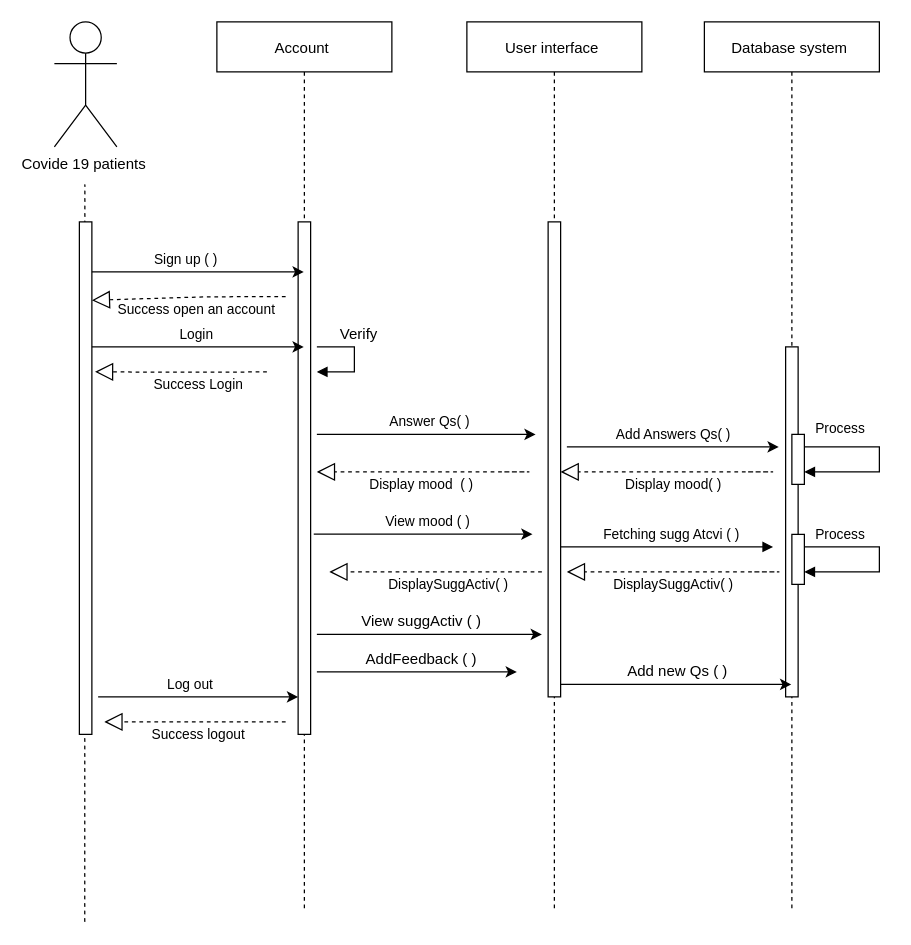
Alaa-salm/lolo keeps this draw.io diagram as SeqDia_GP.drawio. Above is the earlier version. Source tidied: cells renumbered, new cells numbered last; positions are measured from the earlier drawing's top-left corner, leaving out a move shared by most shapes. Both pictures are drawn from the tidied source at 125%, with x=0, y=0 at pixel (54, 21).
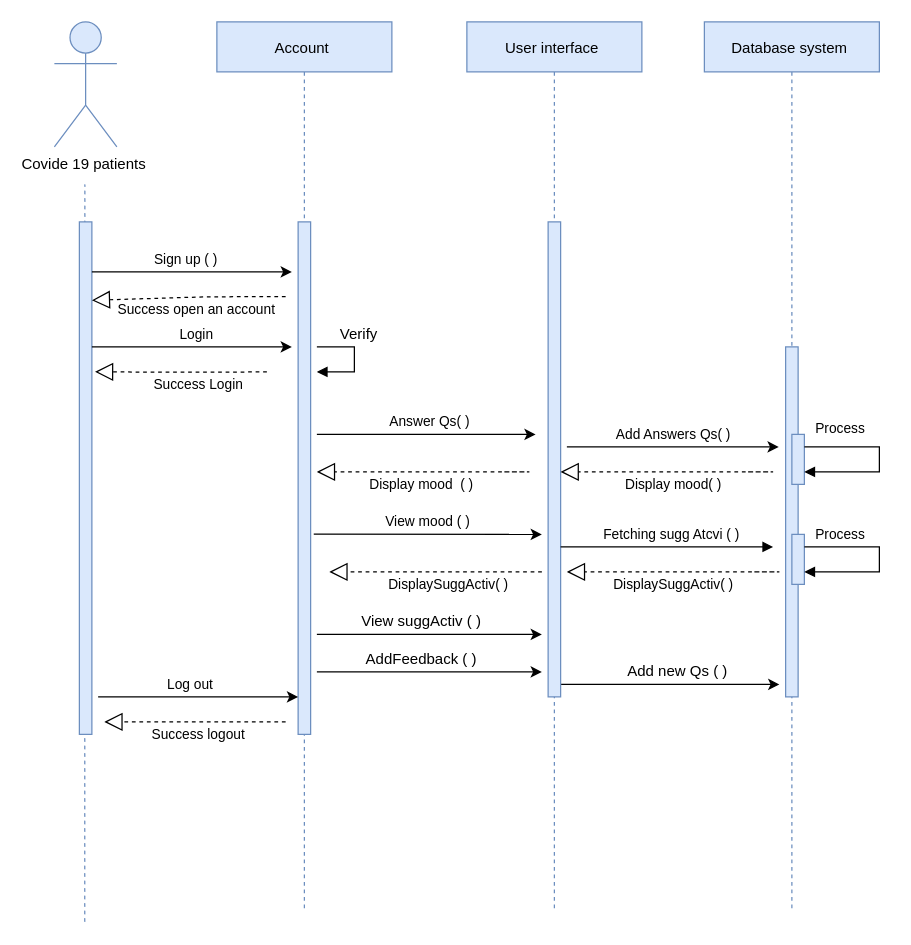
Above is the later version.

Change to the diagram source:
```diff
@@
-    <mxCell id="2" value="Database system " style="shape=umlLifeline;perimeter=lifelinePerimeter;rounded=0;shadow=0;strokeWidth=1;" parent="1" vertex="1">
+    <mxCell id="2" value="Database system " style="shape=umlLifeline;perimeter=lifelinePerimeter;rounded=0;shadow=0;strokeWidth=1;fillColor=#dae8fc;strokeColor=#6c8ebf;" parent="1" vertex="1">
       <mxGeometry x="520" width="140" height="710" as="geometry" />
     </mxCell>
-    <mxCell id="3" style="perimeter=orthogonalPerimeter;rounded=0;shadow=0;strokeWidth=1;" parent="2" vertex="1">
+    <mxCell id="3" style="perimeter=orthogonalPerimeter;rounded=0;shadow=0;strokeWidth=1;fillColor=#dae8fc;strokeColor=#6c8ebf;" parent="2" vertex="1">
       <mxGeometry x="65" y="260" width="10" height="280" as="geometry" />
     </mxCell>
-    <mxCell id="4" style="html=1;perimeter=orthogonalPerimeter;labelBorderColor=none;" parent="2" vertex="1">
+    <mxCell id="4" style="html=1;perimeter=orthogonalPerimeter;labelBorderColor=none;fillColor=#dae8fc;strokeColor=#6c8ebf;" parent="2" vertex="1">
       <mxGeometry x="70" y="330" width="10" height="40" as="geometry" />
     </mxCell>
-    <mxCell id="5" style="html=1;perimeter=orthogonalPerimeter;labelBorderColor=none;" parent="2" vertex="1">
+    <mxCell id="5" style="html=1;perimeter=orthogonalPerimeter;labelBorderColor=none;fillColor=#dae8fc;strokeColor=#6c8ebf;" parent="2" vertex="1">
       <mxGeometry x="70" y="410" width="10" height="40" as="geometry" />
     </mxCell>
@@
-    <mxCell id="13" style="endArrow=classic;html=1;rounded=0;fontSize=11;" parent="2" edge="1" target="2">
+    <mxCell id="13" style="endArrow=classic;html=1;rounded=0;fontSize=11;" parent="2" edge="1">
       <mxGeometry relative="1" as="geometry">
         <mxPoint x="-120" y="530" as="sourcePoint" />
+        <mxPoint x="60" y="530" as="targetPoint" />
       </mxGeometry>
     </mxCell>
-    <mxCell id="14" value="User interface " style="shape=umlLifeline;perimeter=lifelinePerimeter;rounded=0;shadow=0;strokeWidth=1;" parent="1" vertex="1">
+    <mxCell id="14" value="User interface " style="shape=umlLifeline;perimeter=lifelinePerimeter;rounded=0;shadow=0;strokeWidth=1;fillColor=#dae8fc;strokeColor=#6c8ebf;" parent="1" vertex="1">
       <mxGeometry x="330" width="140" height="710" as="geometry" />
     </mxCell>
-    <mxCell id="15" style="perimeter=orthogonalPerimeter;rounded=0;shadow=0;strokeWidth=1;" parent="14" vertex="1">
+    <mxCell id="15" style="perimeter=orthogonalPerimeter;rounded=0;shadow=0;strokeWidth=1;fillColor=#dae8fc;strokeColor=#6c8ebf;" parent="14" vertex="1">
       <mxGeometry x="65" y="160" width="10" height="380" as="geometry" />
     </mxCell>
@@
-    <mxCell id="19" style="endArrow=none;dashed=1;html=1;rounded=0;" parent="1" edge="1">
+    <mxCell id="19" style="endArrow=none;dashed=1;html=1;rounded=0;fillColor=#dae8fc;strokeColor=#6c8ebf;" parent="1" edge="1">
       <mxGeometry relative="1" as="geometry">
         <mxPoint x="24.3" y="720" as="sourcePoint" />
         <mxPoint x="24.4" y="130" as="targetPoint" />
       </mxGeometry>
     </mxCell>
-    <mxCell id="20" value="Covide 19 patients&amp;nbsp;" style="shape=umlActor;verticalLabelPosition=bottom;verticalAlign=top;html=1;" parent="1" vertex="1">
+    <mxCell id="20" value="Covide 19 patients&amp;nbsp;" style="shape=umlActor;verticalLabelPosition=bottom;verticalAlign=top;html=1;fillColor=#dae8fc;strokeColor=#6c8ebf;" parent="1" vertex="1">
       <mxGeometry width="50" height="100" as="geometry" />
     </mxCell>
-    <mxCell id="21" style="html=1;points=[];perimeter=orthogonalPerimeter;labelBorderColor=none;" parent="1" vertex="1">
+    <mxCell id="21" style="html=1;points=[];perimeter=orthogonalPerimeter;labelBorderColor=none;fillColor=#dae8fc;strokeColor=#6c8ebf;" parent="1" vertex="1">
       <mxGeometry x="20" y="160" width="10" height="410" as="geometry" />
     </mxCell>
-    <mxCell id="22" value="Account " style="shape=umlLifeline;perimeter=lifelinePerimeter;rounded=0;shadow=0;strokeWidth=1;" parent="1" vertex="1">
+    <mxCell id="22" value="Account " style="shape=umlLifeline;perimeter=lifelinePerimeter;rounded=0;shadow=0;strokeWidth=1;fillColor=#dae8fc;strokeColor=#6c8ebf;" parent="1" vertex="1">
       <mxGeometry x="130" width="140" height="710" as="geometry" />
     </mxCell>
-    <mxCell id="23" style="perimeter=orthogonalPerimeter;rounded=0;shadow=0;strokeWidth=1;" parent="22" vertex="1">
+    <mxCell id="23" style="perimeter=orthogonalPerimeter;rounded=0;shadow=0;strokeWidth=1;fillColor=#dae8fc;strokeColor=#6c8ebf;" parent="22" vertex="1">
       <mxGeometry x="65" y="160" width="10" height="410" as="geometry" />
     </mxCell>
@@
-    <mxCell id="33" style="endArrow=classic;html=1;rounded=0;fontSize=11;" parent="1" edge="1" target="22">
+    <mxCell id="33" style="endArrow=classic;html=1;rounded=0;fontSize=11;" parent="1" edge="1">
       <mxGeometry relative="1" as="geometry">
         <mxPoint x="30" y="200" as="sourcePoint" />
+        <mxPoint x="190" y="200" as="targetPoint" />
       </mxGeometry>
     </mxCell>
     <mxCell id="34" style="endArrow=classic;html=1;rounded=0;fontSize=11;" parent="1" edge="1">
       <mxGeometry relative="1" as="geometry">
         <mxPoint x="30" y="260" as="sourcePoint" />
-        <mxPoint x="199.5" y="260" as="targetPoint" />
+        <mxPoint x="190" y="260" as="targetPoint" />
       </mxGeometry>
     </mxCell>
@@
     <mxCell id="49" style="endArrow=classic;html=1;rounded=0;fontSize=11;" parent="1" edge="1">
       <mxGeometry relative="1" as="geometry">
         <mxPoint x="207.5" y="409.8" as="sourcePoint" />
-        <mxPoint x="382.5" y="409.8" as="targetPoint" />
+        <mxPoint x="390" y="410" as="targetPoint" />
       </mxGeometry>
     </mxCell>
@@
     <mxCell id="51" style="endArrow=classic;html=1;rounded=0;fontSize=11;" parent="1" edge="1">
       <mxGeometry relative="1" as="geometry">
         <mxPoint x="210" y="520" as="sourcePoint" />
-        <mxPoint x="370" y="520" as="targetPoint" />
+        <mxPoint x="390" y="520" as="targetPoint" />
       </mxGeometry>
     </mxCell>
```
